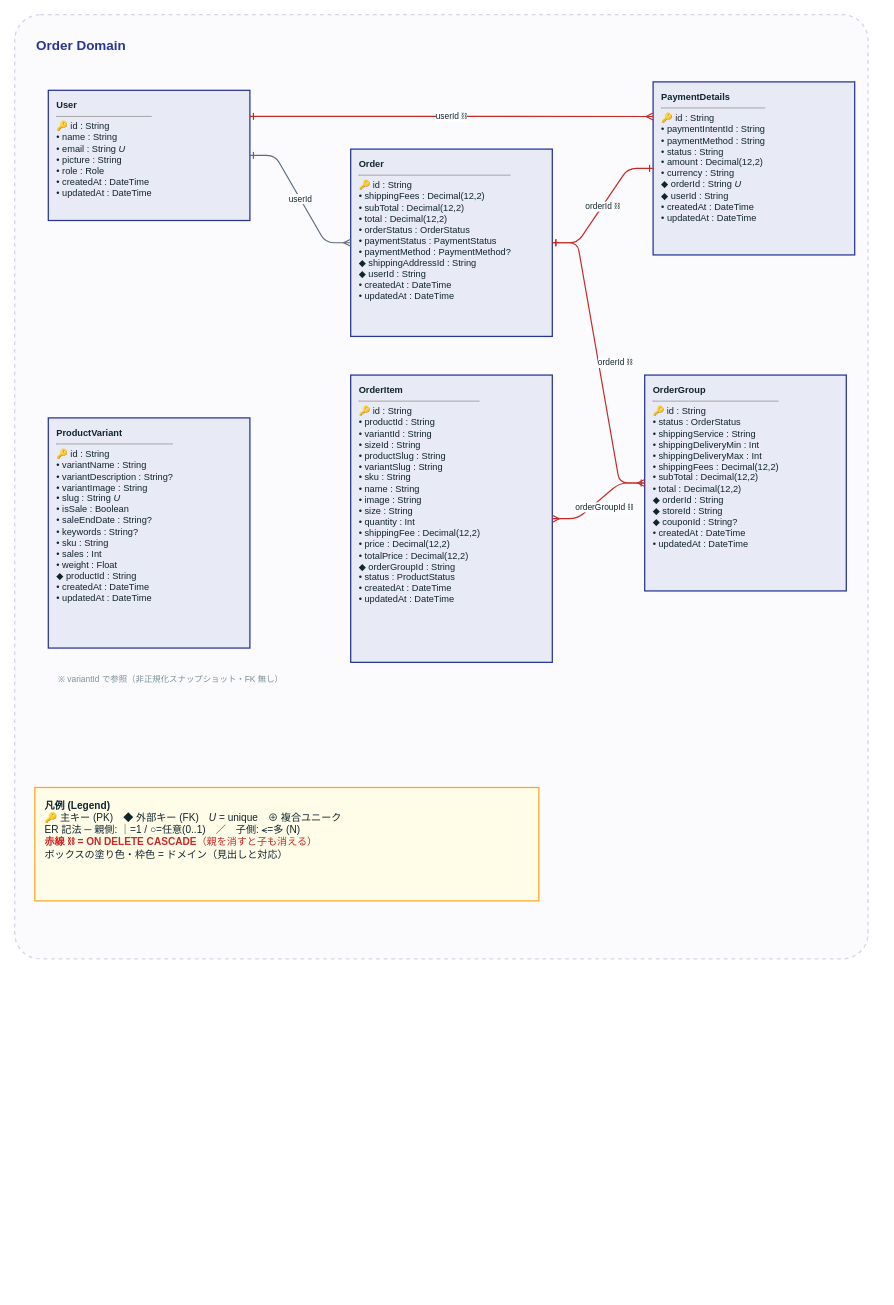
Earlier version of the draw.io diagram page "5. Order" (5 of 8) of docs/architecture/data-model.drawio (myoshi2891/Multi-Vendor-E-Commerce). Source tidied: cells renumbered, new cells numbered last; positions are measured from the earlier drawing's top-left corner, leaving out a move shared by most shapes. Both pictures are drawn from the tidied source at 84%, with x=0, y=0 at pixel (14, 14).
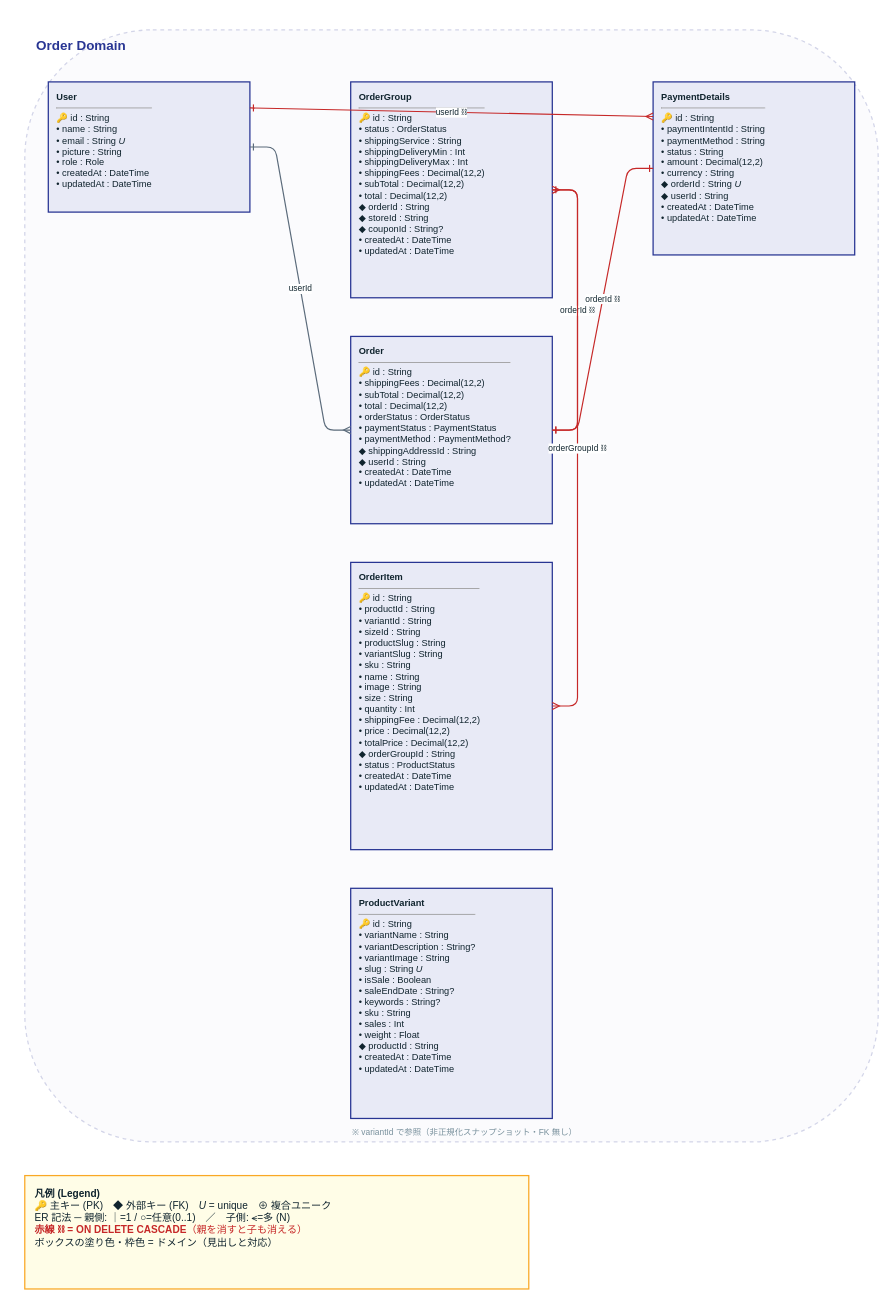
Above is the later version.

Unchanged cells that the change refers to:
```xml
<mxCell id="8" value="&lt;b&gt;PaymentDetails&lt;/b&gt;&lt;hr size=&quot;1&quot;/&gt;🔑 id : String&lt;br/&gt;• paymentIntentId : String&lt;br/&gt;• paymentMethod : String&lt;br/&gt;• status : String&lt;br/&gt;• amount : Decimal(12,2)&lt;br/&gt;• currency : String&lt;br/&gt;◆ orderId : String &lt;i&gt;U&lt;/i&gt;&lt;br/&gt;◆ userId : String&lt;br/&gt;• createdAt : DateTime&lt;br/&gt;• updatedAt : DateTime" style="rounded=2;whiteSpace=wrap;html=1;align=left;verticalAlign=top;spacingLeft=8;spacingTop=5;spacingRight=6;fillColor=#E8EAF6;strokeColor=#283593;strokeWidth=1.5;fontSize=11;fontColor=#10242E;" parent="1" vertex="1">
  <mxGeometry x="760" y="80" width="240" height="206" as="geometry" />
</mxCell>
```

Change to the diagram source:
```diff
@@
-    <mxCell id="2" style="rounded=1;fillColor=#E8EAF6;opacity=20;strokeColor=#283593;dashed=1;strokeWidth=1.5;verticalAlign=top;arcSize=3;" parent="1" vertex="1">
-      <mxGeometry width="1016" height="1124" as="geometry" />
+    <mxCell id="2" style="rounded=1;fillColor=#E8EAF6;opacity=20;strokeColor=#283593;dashed=1;strokeWidth=1.5;verticalAlign=top;" parent="1" vertex="1">
+      <mxGeometry x="12" y="18" width="1016" height="1324" as="geometry" />
     </mxCell>
@@
     <mxCell id="4" value="&lt;b&gt;User&lt;/b&gt;&lt;hr size=&quot;1&quot;/&gt;🔑 id : String&lt;br/&gt;• name : String&lt;br/&gt;• email : String &lt;i&gt;U&lt;/i&gt;&lt;br/&gt;• picture : String&lt;br/&gt;• role : Role&lt;br/&gt;• createdAt : DateTime&lt;br/&gt;• updatedAt : DateTime" style="rounded=2;whiteSpace=wrap;html=1;align=left;verticalAlign=top;spacingLeft=8;spacingTop=5;spacingRight=6;fillColor=#E8EAF6;strokeColor=#283593;strokeWidth=1.5;fontSize=11;fontColor=#10242E;" parent="1" vertex="1">
-      <mxGeometry x="40" y="90" width="240" height="155" as="geometry" />
+      <mxGeometry x="40" y="80" width="240" height="155" as="geometry" />
     </mxCell>
     <mxCell id="5" value="&lt;b&gt;OrderGroup&lt;/b&gt;&lt;hr size=&quot;1&quot;/&gt;🔑 id : String&lt;br/&gt;• status : OrderStatus&lt;br/&gt;• shippingService : String&lt;br/&gt;• shippingDeliveryMin : Int&lt;br/&gt;• shippingDeliveryMax : Int&lt;br/&gt;• shippingFees : Decimal(12,2)&lt;br/&gt;• subTotal : Decimal(12,2)&lt;br/&gt;• total : Decimal(12,2)&lt;br/&gt;◆ orderId : String&lt;br/&gt;◆ storeId : String&lt;br/&gt;◆ couponId : String?&lt;br/&gt;• createdAt : DateTime&lt;br/&gt;• updatedAt : DateTime" style="rounded=2;whiteSpace=wrap;html=1;align=left;verticalAlign=top;spacingLeft=8;spacingTop=5;spacingRight=6;fillColor=#E8EAF6;strokeColor=#283593;strokeWidth=1.5;fontSize=11;fontColor=#10242E;" parent="1" vertex="1">
-      <mxGeometry x="750" y="429" width="240" height="257" as="geometry" />
+      <mxGeometry x="400" y="80" width="240" height="257" as="geometry" />
     </mxCell>
     <mxCell id="6" value="&lt;b&gt;Order&lt;/b&gt;&lt;hr size=&quot;1&quot;/&gt;🔑 id : String&lt;br/&gt;• shippingFees : Decimal(12,2)&lt;br/&gt;• subTotal : Decimal(12,2)&lt;br/&gt;• total : Decimal(12,2)&lt;br/&gt;• orderStatus : OrderStatus&lt;br/&gt;• paymentStatus : PaymentStatus&lt;br/&gt;• paymentMethod : PaymentMethod?&lt;br/&gt;◆ shippingAddressId : String&lt;br/&gt;◆ userId : String&lt;br/&gt;• createdAt : DateTime&lt;br/&gt;• updatedAt : DateTime" style="rounded=2;whiteSpace=wrap;html=1;align=left;verticalAlign=top;spacingLeft=8;spacingTop=5;spacingRight=6;fillColor=#E8EAF6;strokeColor=#283593;strokeWidth=1.5;fontSize=11;fontColor=#10242E;" parent="1" vertex="1">
-      <mxGeometry x="400" y="160" width="240" height="223" as="geometry" />
+      <mxGeometry x="400" y="383" width="240" height="223" as="geometry" />
     </mxCell>
     <mxCell id="7" value="&lt;b&gt;OrderItem&lt;/b&gt;&lt;hr size=&quot;1&quot;/&gt;🔑 id : String&lt;br/&gt;• productId : String&lt;br/&gt;• variantId : String&lt;br/&gt;• sizeId : String&lt;br/&gt;• productSlug : String&lt;br/&gt;• variantSlug : String&lt;br/&gt;• sku : String&lt;br/&gt;• name : String&lt;br/&gt;• image : String&lt;br/&gt;• size : String&lt;br/&gt;• quantity : Int&lt;br/&gt;• shippingFee : Decimal(12,2)&lt;br/&gt;• price : Decimal(12,2)&lt;br/&gt;• totalPrice : Decimal(12,2)&lt;br/&gt;◆ orderGroupId : String&lt;br/&gt;• status : ProductStatus&lt;br/&gt;• createdAt : DateTime&lt;br/&gt;• updatedAt : DateTime" style="rounded=2;whiteSpace=wrap;html=1;align=left;verticalAlign=top;spacingLeft=8;spacingTop=5;spacingRight=6;fillColor=#E8EAF6;strokeColor=#283593;strokeWidth=1.5;fontSize=11;fontColor=#10242E;" parent="1" vertex="1">
-      <mxGeometry x="400" y="429" width="240" height="342" as="geometry" />
+      <mxGeometry x="400" y="652" width="240" height="342" as="geometry" />
     </mxCell>
@@
     <mxCell id="9" value="&lt;b&gt;ProductVariant&lt;/b&gt;&lt;hr size=&quot;1&quot;/&gt;🔑 id : String&lt;br/&gt;• variantName : String&lt;br/&gt;• variantDescription : String?&lt;br/&gt;• variantImage : String&lt;br/&gt;• slug : String &lt;i&gt;U&lt;/i&gt;&lt;br/&gt;• isSale : Boolean&lt;br/&gt;• saleEndDate : String?&lt;br/&gt;• keywords : String?&lt;br/&gt;• sku : String&lt;br/&gt;• sales : Int&lt;br/&gt;• weight : Float&lt;br/&gt;◆ productId : String&lt;br/&gt;• createdAt : DateTime&lt;br/&gt;• updatedAt : DateTime" style="rounded=2;whiteSpace=wrap;html=1;align=left;verticalAlign=top;spacingLeft=8;spacingTop=5;spacingRight=6;fillColor=#E8EAF6;strokeColor=#283593;strokeWidth=1.5;fontSize=11;fontColor=#10242E;" parent="1" vertex="1">
-      <mxGeometry x="40" y="480" width="240" height="274" as="geometry" />
+      <mxGeometry x="400" y="1040" width="240" height="274" as="geometry" />
     </mxCell>
     <mxCell id="10" value="※ variantId で参照（非正規化スナップショット・FK 無し）" style="text;html=1;fontSize=10;fontColor=#78909C;align=left;" parent="1" vertex="1">
-      <mxGeometry x="50" y="779" width="320" height="18" as="geometry" />
+      <mxGeometry x="400" y="1318" width="320" height="18" as="geometry" />
     </mxCell>
@@
     <mxCell id="12" value="orderId ⛓" style="edgeStyle=entityRelationEdgeStyle;rounded=1;html=1;fontSize=10;fontColor=#10242E;labelBackgroundColor=#FFFFFF;jumpStyle=arc;jumpSize=10;startArrow=ERone;startFill=0;endArrow=ERmany;endFill=0;strokeColor=#C62828;strokeWidth=1.4;" parent="1" edge="1" source="6" target="5">
-      <mxGeometry x="0.01" y="20" relative="1" as="geometry">
-        <mxPoint y="1" as="offset" />
-      </mxGeometry>
+      <mxGeometry relative="1" as="geometry" />
     </mxCell>
-    <mxCell id="13" value="orderGroupId ⛓" style="edgeStyle=entityRelationEdgeStyle;rounded=1;html=1;fontSize=10;fontColor=#10242E;labelBackgroundColor=#FFFFFF;jumpStyle=arc;jumpSize=10;entryX=1;entryY=0.5;entryDx=0;entryDy=0;startArrow=ERone;startFill=0;endArrow=ERmany;endFill=0;strokeColor=#C62828;strokeWidth=1.4;" parent="1" edge="1" source="5" target="7">
-      <mxGeometry x="-0.02" y="10" relative="1" as="geometry">
+    <mxCell id="13" value="orderGroupId ⛓" style="edgeStyle=entityRelationEdgeStyle;rounded=1;html=1;fontSize=10;fontColor=#10242E;labelBackgroundColor=#FFFFFF;jumpStyle=arc;jumpSize=10;exitX=1;exitY=0.5;exitDx=0;exitDy=0;entryX=1;entryY=0.5;entryDx=0;entryDy=0;startArrow=ERone;startFill=0;endArrow=ERmany;endFill=0;strokeColor=#C62828;strokeWidth=1.4;" parent="1" edge="1" source="5" target="7">
+      <mxGeometry relative="1" as="geometry">
         <Array as="points">
           <mxPoint x="680" y="208" />
           <mxPoint x="680" y="823" />
         </Array>
       </mxGeometry>
     </mxCell>
     <mxCell id="14" value="orderId ⛓" style="edgeStyle=entityRelationEdgeStyle;rounded=1;html=1;fontSize=10;fontColor=#10242E;labelBackgroundColor=#FFFFFF;jumpStyle=arc;jumpSize=10;startArrow=ERone;startFill=0;endArrow=ERone;endFill=0;strokeColor=#C62828;strokeWidth=1.4;" parent="1" edge="1" source="6" target="8">
-      <mxGeometry x="-0.01" relative="1" as="geometry" />
+      <mxGeometry relative="1" as="geometry" />
     </mxCell>
@@
     <mxCell id="16" value="&lt;b&gt;凡例 (Legend)&lt;/b&gt;&lt;br/&gt;🔑 主キー (PK)　◆ 外部キー (FK)　&lt;i&gt;U&lt;/i&gt; = unique　⊕ 複合ユニーク&lt;br/&gt;ER 記法 ─ 親側: ｜=1 / ○=任意(0..1)　／　子側: ⪪=多 (N)&lt;br/&gt;&lt;font color='#C62828'&gt;&lt;b&gt;赤線 ⛓ = ON DELETE CASCADE&lt;/b&gt;（親を消すと子も消える）&lt;/font&gt;&lt;br/&gt;ボックスの塗り色・枠色 = ドメイン（見出しと対応）" style="rounded=2;whiteSpace=wrap;html=1;align=left;verticalAlign=top;spacingLeft=10;spacingTop=8;fillColor=#FFFDE7;strokeColor=#F9A825;strokeWidth=1.5;fontSize=12;fontColor=#10242E;" parent="1" vertex="1">
-      <mxGeometry x="24" y="920" width="600" height="135" as="geometry" />
+      <mxGeometry x="12" y="1382" width="600" height="135" as="geometry" />
     </mxCell>
```
